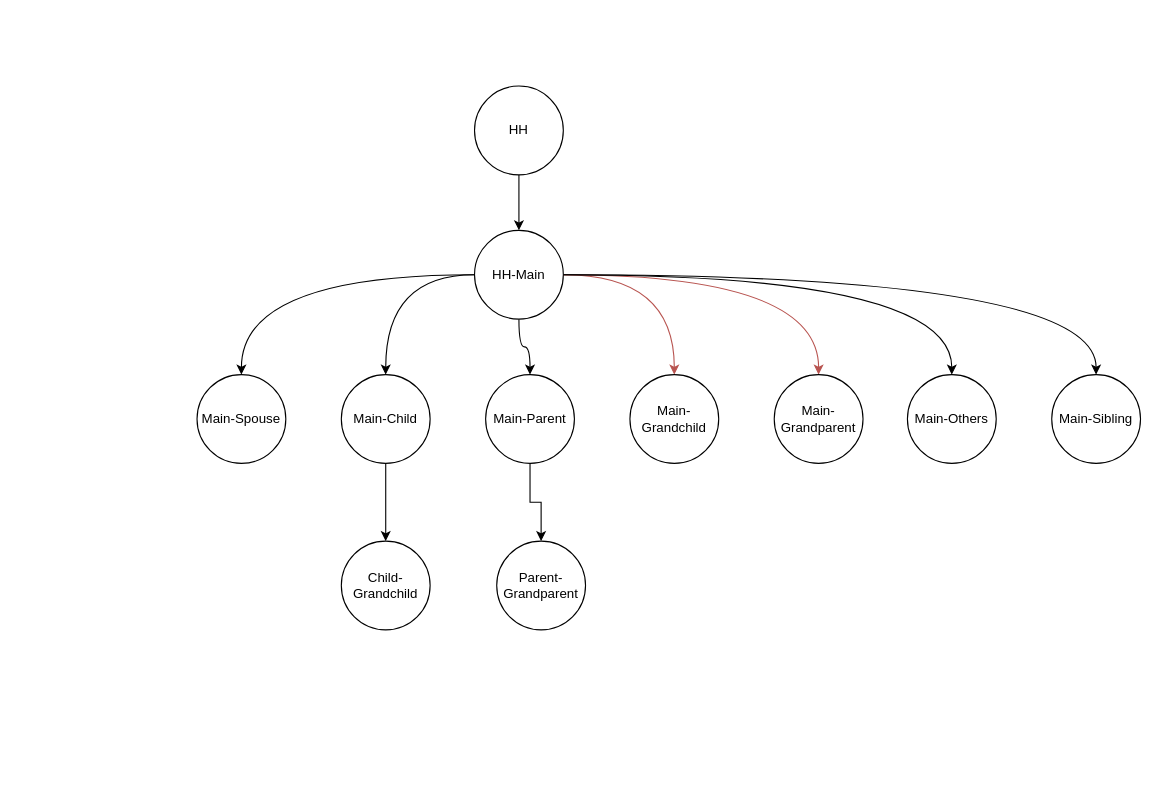
Above: general_drawio/Pools structure.drawio in bobkatla/PopSyn_Monash (draw.io), before the change. Source tidied: cells renumbered, new cells numbered last; positions are measured from the earlier drawing's top-left corner, leaving out a move shared by most shapes. Both pictures are drawn from the tidied source at 111%, with x=0, y=0 at pixel (196, 85).
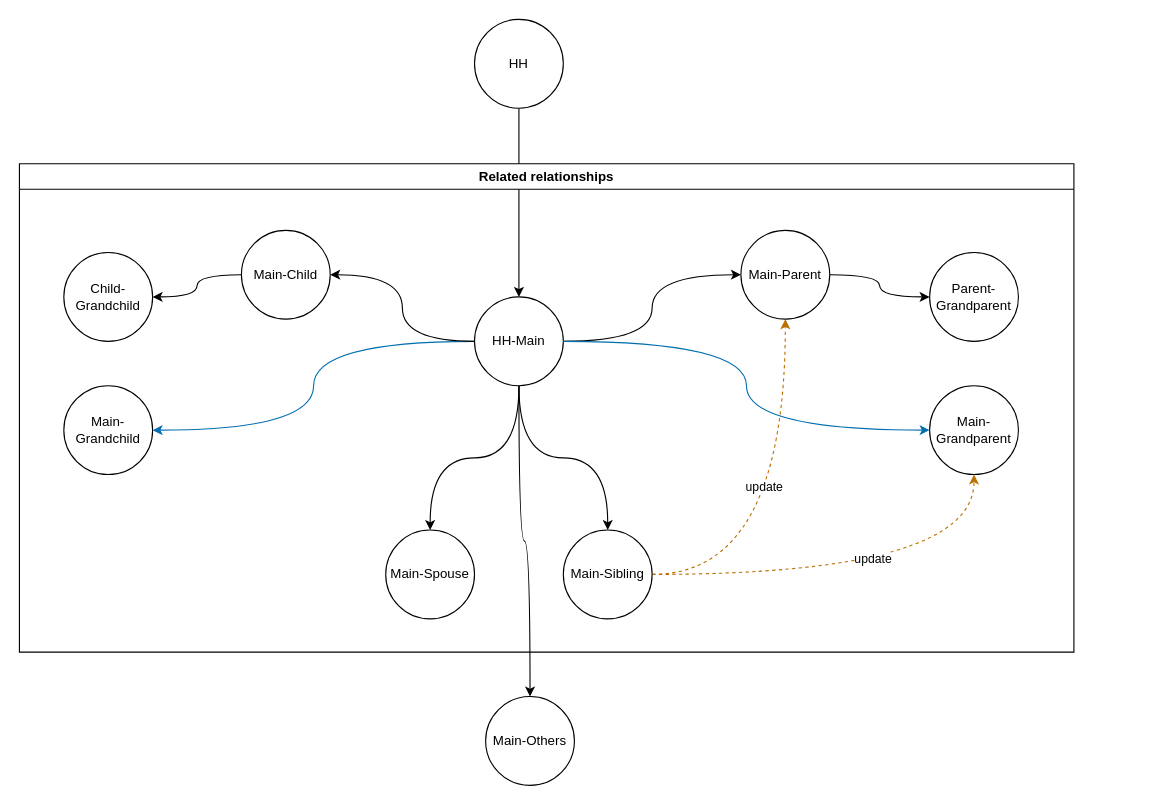
After the change.

Diff of the diagram source:
```diff
@@
     <mxCell id="3" value="HH" style="ellipse;whiteSpace=wrap;html=1;" parent="1" vertex="1">
-      <mxGeometry x="250" width="80" height="80" as="geometry" />
+      <mxGeometry x="250" y="-60" width="80" height="80" as="geometry" />
     </mxCell>
@@
-    <mxCell id="5" style="edgeStyle=orthogonalEdgeStyle;rounded=0;jettySize=auto;html=1;curved=1;" parent="1" edge="1" source="11" target="15">
-      <mxGeometry relative="1" as="geometry" />
-    </mxCell>
-    <mxCell id="6" style="edgeStyle=orthogonalEdgeStyle;rounded=0;jettySize=auto;html=1;curved=1;" parent="1" edge="1" source="11" target="18">
-      <mxGeometry relative="1" as="geometry" />
-    </mxCell>
-    <mxCell id="7" style="edgeStyle=orthogonalEdgeStyle;rounded=0;jettySize=auto;html=1;entryX=0.5;entryY=0;entryDx=0;entryDy=0;curved=1;fillColor=#f8cecc;strokeColor=#b85450;" parent="1" edge="1" source="11" target="16">
+    <mxCell id="7" style="edgeStyle=orthogonalEdgeStyle;rounded=0;jettySize=auto;html=1;entryX=1;entryY=0.5;entryDx=0;entryDy=0;curved=1;fillColor=#1ba1e2;strokeColor=#006EAF;" parent="1" edge="1" source="11" target="16">
       <mxGeometry relative="1" as="geometry" />
     </mxCell>
-    <mxCell id="8" style="edgeStyle=orthogonalEdgeStyle;rounded=0;jettySize=auto;html=1;entryX=0.5;entryY=0;entryDx=0;entryDy=0;curved=1;fillColor=#f8cecc;strokeColor=#b85450;" parent="1" edge="1" source="11" target="19">
-      <mxGeometry relative="1" as="geometry" />
-    </mxCell>
@@
-    <mxCell id="11" value="HH-Main" style="ellipse;whiteSpace=wrap;html=1;" parent="1" vertex="1">
-      <mxGeometry x="250" y="130" width="80" height="80" as="geometry" />
-    </mxCell>
     <mxCell id="12" value="Main-Spouse" style="ellipse;whiteSpace=wrap;html=1;" parent="1" vertex="1">
-      <mxGeometry y="260" width="80" height="80" as="geometry" />
+      <mxGeometry x="170" y="400" width="80" height="80" as="geometry" />
     </mxCell>
+    <mxCell id="23" style="edgeStyle=orthogonalEdgeStyle;rounded=0;jettySize=auto;html=1;entryX=0.5;entryY=1;entryDx=0;entryDy=0;curved=1;fillColor=#f0a30a;strokeColor=#BD7000;dashed=1;" parent="1" edge="1" source="13" target="18">
+      <mxGeometry relative="1" as="geometry" />
+    </mxCell>
+    <mxCell id="24" value="update" style="edgeLabel;html=1;align=center;verticalAlign=middle;" parent="23" vertex="1">
+      <mxGeometry x="0.14" y="20" relative="1" as="geometry" />
+    </mxCell>
+    <mxCell id="25" style="edgeStyle=orthogonalEdgeStyle;rounded=0;jettySize=auto;html=1;entryX=0.5;entryY=1;entryDx=0;entryDy=0;curved=1;fillColor=#f0a30a;strokeColor=#BD7000;dashed=1;" parent="1" edge="1" source="13" target="19">
+      <mxGeometry relative="1" as="geometry" />
+    </mxCell>
+    <mxCell id="26" value="update" style="edgeLabel;html=1;align=center;verticalAlign=middle;" parent="25" vertex="1">
+      <mxGeometry x="0.04" y="15" relative="1" as="geometry" />
+    </mxCell>
     <mxCell id="13" value="Main-Sibling" style="ellipse;whiteSpace=wrap;html=1;" parent="1" vertex="1">
-      <mxGeometry x="770" y="260" width="80" height="80" as="geometry" />
+      <mxGeometry x="330" y="400" width="80" height="80" as="geometry" />
     </mxCell>
-    <mxCell id="14" style="edgeStyle=orthogonalEdgeStyle;rounded=0;jettySize=auto;html=1;" parent="1" edge="1" source="15" target="21">
+    <mxCell id="14" style="edgeStyle=orthogonalEdgeStyle;rounded=0;jettySize=auto;html=1;curved=1;exitX=0;exitY=0.5;exitDx=0;exitDy=0;" parent="1" edge="1" source="15" target="21">
       <mxGeometry relative="1" as="geometry" />
     </mxCell>
-    <mxCell id="15" value="Main-Child" style="ellipse;whiteSpace=wrap;html=1;" parent="1" vertex="1">
-      <mxGeometry x="130" y="260" width="80" height="80" as="geometry" />
-    </mxCell>
     <mxCell id="16" value="Main-Grandchild" style="ellipse;whiteSpace=wrap;html=1;" parent="1" vertex="1">
-      <mxGeometry x="390" y="260" width="80" height="80" as="geometry" />
+      <mxGeometry x="-120" y="270" width="80" height="80" as="geometry" />
     </mxCell>
-    <mxCell id="17" style="edgeStyle=orthogonalEdgeStyle;rounded=0;jettySize=auto;html=1;" parent="1" edge="1" source="18" target="22">
+    <mxCell id="17" style="edgeStyle=orthogonalEdgeStyle;rounded=0;jettySize=auto;html=1;curved=1;" parent="1" edge="1" source="18" target="22">
       <mxGeometry relative="1" as="geometry" />
     </mxCell>
-    <mxCell id="18" value="Main-Parent" style="ellipse;whiteSpace=wrap;html=1;" parent="1" vertex="1">
-      <mxGeometry x="260" y="260" width="80" height="80" as="geometry" />
-    </mxCell>
     <mxCell id="19" value="Main-Grandparent" style="ellipse;whiteSpace=wrap;html=1;" parent="1" vertex="1">
-      <mxGeometry x="520" y="260" width="80" height="80" as="geometry" />
+      <mxGeometry x="660" y="270" width="80" height="80" as="geometry" />
     </mxCell>
     <mxCell id="20" value="Main-Others" style="ellipse;whiteSpace=wrap;html=1;" parent="1" vertex="1">
-      <mxGeometry x="640" y="260" width="80" height="80" as="geometry" />
+      <mxGeometry x="260" y="550" width="80" height="80" as="geometry" />
     </mxCell>
     <mxCell id="21" value="Child-Grandchild" style="ellipse;whiteSpace=wrap;html=1;" parent="1" vertex="1">
-      <mxGeometry x="130" y="410" width="80" height="80" as="geometry" />
+      <mxGeometry x="-120" y="150" width="80" height="80" as="geometry" />
     </mxCell>
     <mxCell id="22" value="Parent-Grandparent" style="ellipse;whiteSpace=wrap;html=1;" parent="1" vertex="1">
-      <mxGeometry x="270" y="410" width="80" height="80" as="geometry" />
+      <mxGeometry x="660" y="150" width="80" height="80" as="geometry" />
     </mxCell>
+    <mxCell id="27" value="Related relationships" style="swimlane;whiteSpace=wrap;html=1;" parent="1" vertex="1">
+      <mxGeometry x="-160" y="70" width="950" height="440" as="geometry" />
+    </mxCell>
+    <mxCell id="11" value="HH-Main" style="ellipse;whiteSpace=wrap;html=1;" parent="27" vertex="1">
+      <mxGeometry x="410" y="120" width="80" height="80" as="geometry" />
+    </mxCell>
+    <mxCell id="15" value="Main-Child" style="ellipse;whiteSpace=wrap;html=1;" parent="27" vertex="1">
+      <mxGeometry x="200" y="60" width="80" height="80" as="geometry" />
+    </mxCell>
+    <mxCell id="5" style="edgeStyle=orthogonalEdgeStyle;rounded=0;jettySize=auto;html=1;curved=1;" parent="27" edge="1" source="11" target="15">
+      <mxGeometry relative="1" as="geometry" />
+    </mxCell>
+    <mxCell id="18" value="Main-Parent" style="ellipse;whiteSpace=wrap;html=1;" parent="27" vertex="1">
+      <mxGeometry x="650" y="60" width="80" height="80" as="geometry" />
+    </mxCell>
+    <mxCell id="6" style="edgeStyle=orthogonalEdgeStyle;rounded=0;jettySize=auto;html=1;curved=1;entryX=0;entryY=0.5;entryDx=0;entryDy=0;" parent="27" edge="1" source="11" target="18">
+      <mxGeometry relative="1" as="geometry" />
+    </mxCell>
+    <mxCell id="8" style="edgeStyle=orthogonalEdgeStyle;rounded=0;jettySize=auto;html=1;curved=1;fillColor=#1ba1e2;strokeColor=#006EAF;" parent="1" edge="1" source="11" target="19">
+      <mxGeometry relative="1" as="geometry" />
+    </mxCell>
```
